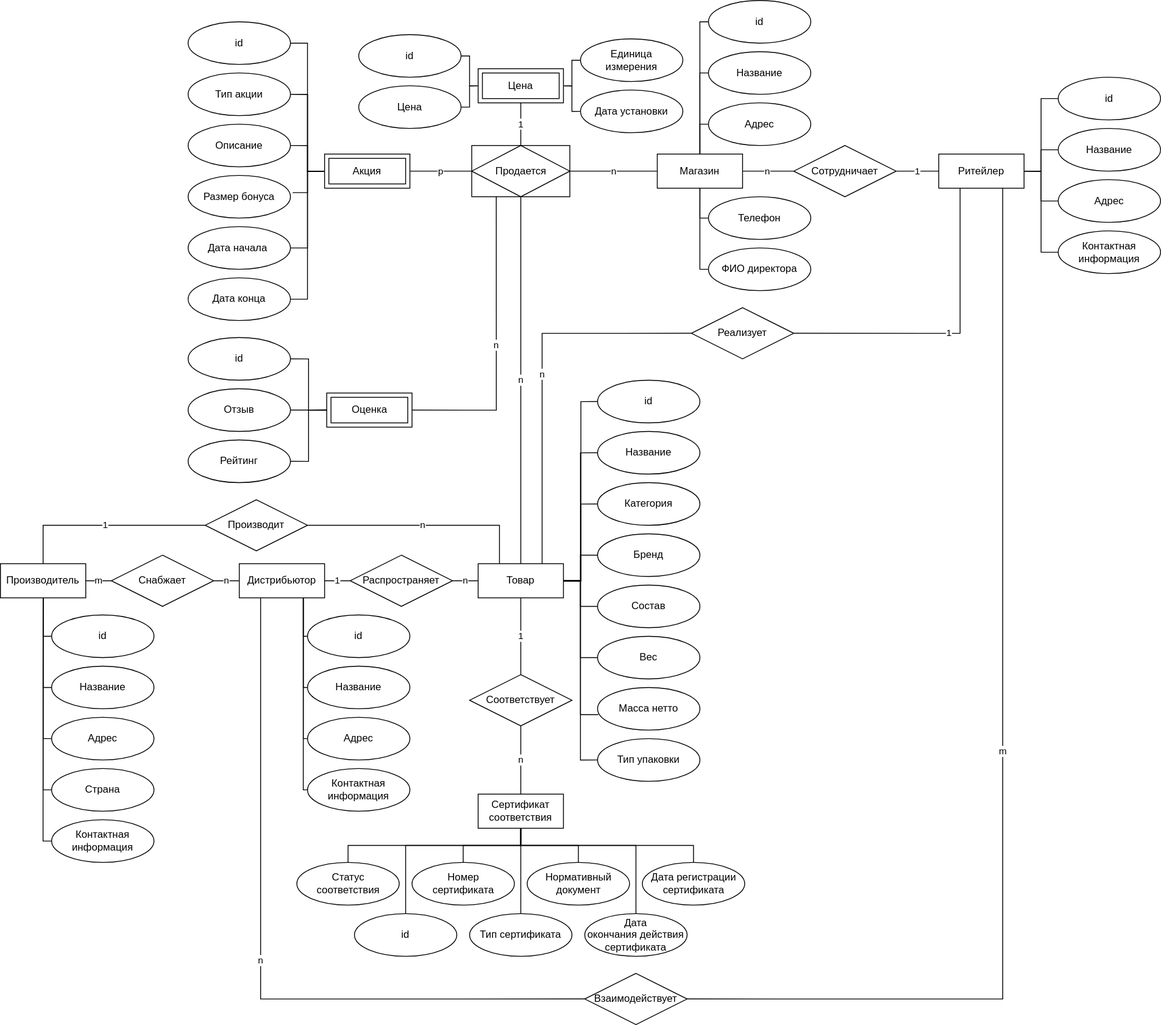
Above: docs/coursework/inc/img/er-diag.drawio.svg in nikitalystsev/db_course (draw.io), before the change. Source tidied: cells renumbered, new cells last; positions are measured from the earlier drawing's top-left corner, leaving out a move shared by most shapes.
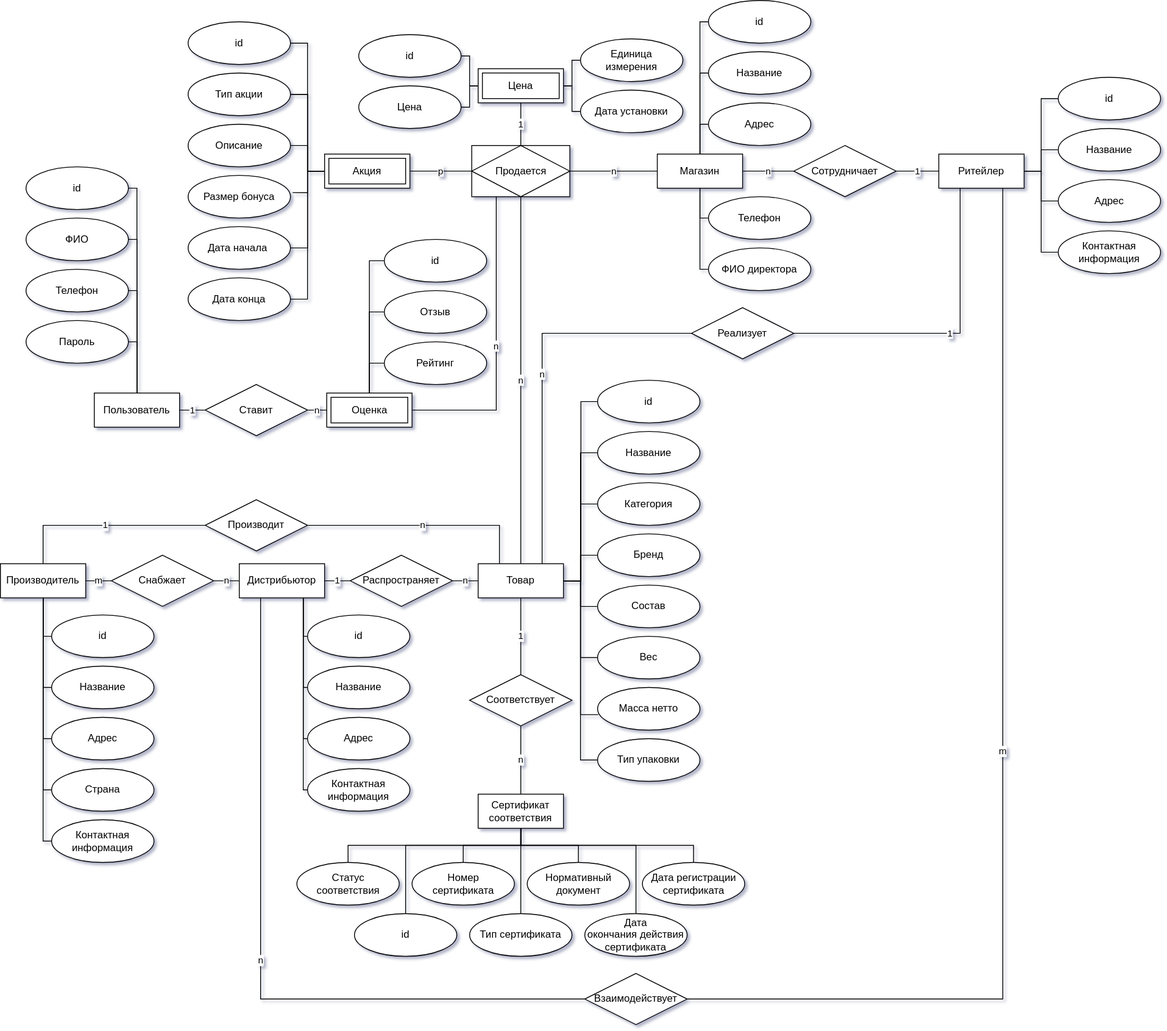
The same diagram one commit later.

What changed in the source:
```diff
@@ -343,23 +343,14 @@
       <mxGeometry relative="1" as="geometry" />
     </mxCell>
     <mxCell id="110" value="Отзыв" style="ellipse;whiteSpace=wrap;html=1;align=center;" parent="1" vertex="1">
-      <mxGeometry x="220" y="455" width="120" height="50" as="geometry" />
+      <mxGeometry x="450" y="340" width="120" height="50" as="geometry" />
     </mxCell>
     <mxCell id="111" value="id" style="ellipse;whiteSpace=wrap;html=1;align=center;" parent="1" vertex="1">
-      <mxGeometry x="220" y="395" width="120" height="50" as="geometry" />
+      <mxGeometry x="450" y="280" width="120" height="50" as="geometry" />
     </mxCell>
     <mxCell id="112" value="Рейтинг" style="ellipse;whiteSpace=wrap;html=1;align=center;" parent="1" vertex="1">
-      <mxGeometry x="220" y="515" width="120" height="50" as="geometry" />
+      <mxGeometry x="450" y="400" width="120" height="50" as="geometry" />
     </mxCell>
-    <mxCell id="113" style="endArrow=none;html=1;rounded=0;exitX=1;exitY=0.5;exitDx=0;exitDy=0;entryX=0;entryY=0.5;entryDx=0;entryDy=0;edgeStyle=orthogonalEdgeStyle;" parent="1" edge="1" source="111" target="108">
-      <mxGeometry relative="1" as="geometry" />
-    </mxCell>
-    <mxCell id="114" style="endArrow=none;html=1;rounded=0;exitX=1;exitY=0.5;exitDx=0;exitDy=0;entryX=0;entryY=0.5;entryDx=0;entryDy=0;edgeStyle=orthogonalEdgeStyle;" parent="1" edge="1" source="110" target="108">
-      <mxGeometry relative="1" as="geometry" />
-    </mxCell>
-    <mxCell id="115" style="endArrow=none;html=1;rounded=0;exitX=1;exitY=0.5;exitDx=0;exitDy=0;entryX=0;entryY=0.5;entryDx=0;entryDy=0;edgeStyle=orthogonalEdgeStyle;" parent="1" edge="1" source="112" target="108">
-      <mxGeometry relative="1" as="geometry" />
-    </mxCell>
     <mxCell id="116" style="endArrow=none;html=1;rounded=0;entryX=0.75;entryY=1;entryDx=0;entryDy=0;exitX=0;exitY=0.5;exitDx=0;exitDy=0;edgeStyle=orthogonalEdgeStyle;" parent="1" edge="1" source="37" target="14">
       <mxGeometry relative="1" as="geometry">
         <Array as="points">
@@ -451,5 +442,50 @@
     <mxCell id="130" value="Продается" style="shape=associativeEntity;whiteSpace=wrap;html=1;align=center;" parent="1" vertex="1">
       <mxGeometry x="552.5" y="170" width="115" height="60" as="geometry" />
     </mxCell>
+    <mxCell id="131" value="Пользователь" style="whiteSpace=wrap;html=1;align=center;" parent="1" vertex="1">
+      <mxGeometry x="110" y="460" width="100" height="40" as="geometry" />
+    </mxCell>
+    <mxCell id="132" value="ФИО" style="ellipse;whiteSpace=wrap;html=1;align=center;" parent="1" vertex="1">
+      <mxGeometry x="30" y="255" width="120" height="50" as="geometry" />
+    </mxCell>
+    <mxCell id="133" value="id" style="ellipse;whiteSpace=wrap;html=1;align=center;" parent="1" vertex="1">
+      <mxGeometry x="30" y="195" width="120" height="50" as="geometry" />
+    </mxCell>
+    <mxCell id="134" value="Телефон" style="ellipse;whiteSpace=wrap;html=1;align=center;" parent="1" vertex="1">
+      <mxGeometry x="30" y="315" width="120" height="50" as="geometry" />
+    </mxCell>
+    <mxCell id="135" value="Пароль" style="ellipse;whiteSpace=wrap;html=1;align=center;" parent="1" vertex="1">
+      <mxGeometry x="30" y="375" width="120" height="50" as="geometry" />
+    </mxCell>
+    <mxCell id="136" style="endArrow=none;html=1;rounded=0;entryX=0;entryY=0.5;entryDx=0;entryDy=0;exitX=0.5;exitY=0;exitDx=0;exitDy=0;edgeStyle=orthogonalEdgeStyle;" parent="1" edge="1" source="108" target="111">
+      <mxGeometry relative="1" as="geometry" />
+    </mxCell>
+    <mxCell id="137" style="endArrow=none;html=1;rounded=0;entryX=0;entryY=0.5;entryDx=0;entryDy=0;exitX=0.5;exitY=0;exitDx=0;exitDy=0;edgeStyle=orthogonalEdgeStyle;" parent="1" edge="1" source="108" target="110">
+      <mxGeometry relative="1" as="geometry" />
+    </mxCell>
+    <mxCell id="138" style="endArrow=none;html=1;rounded=0;entryX=0;entryY=0.5;entryDx=0;entryDy=0;exitX=0.5;exitY=0;exitDx=0;exitDy=0;edgeStyle=orthogonalEdgeStyle;" parent="1" edge="1" source="108" target="112">
+      <mxGeometry relative="1" as="geometry" />
+    </mxCell>
+    <mxCell id="139" value="Ставит" style="shape=rhombus;perimeter=rhombusPerimeter;whiteSpace=wrap;html=1;align=center;" parent="1" vertex="1">
+      <mxGeometry x="240" y="450" width="120" height="60" as="geometry" />
+    </mxCell>
+    <mxCell id="140" value="1" style="endArrow=none;html=1;rounded=0;entryX=0;entryY=0.5;entryDx=0;entryDy=0;exitX=1;exitY=0.5;exitDx=0;exitDy=0;" parent="1" edge="1" source="131" target="139">
+      <mxGeometry relative="1" as="geometry" />
+    </mxCell>
+    <mxCell id="141" value="n" style="endArrow=none;html=1;rounded=0;exitX=1;exitY=0.5;exitDx=0;exitDy=0;entryX=0;entryY=0.5;entryDx=0;entryDy=0;" parent="1" edge="1" source="139" target="108">
+      <mxGeometry relative="1" as="geometry" />
+    </mxCell>
+    <mxCell id="142" style="endArrow=none;html=1;rounded=0;entryX=1;entryY=0.5;entryDx=0;entryDy=0;exitX=0.5;exitY=0;exitDx=0;exitDy=0;edgeStyle=orthogonalEdgeStyle;" parent="1" edge="1" source="131" target="133">
+      <mxGeometry relative="1" as="geometry" />
+    </mxCell>
+    <mxCell id="143" style="endArrow=none;html=1;rounded=0;entryX=1;entryY=0.5;entryDx=0;entryDy=0;exitX=0.5;exitY=0;exitDx=0;exitDy=0;edgeStyle=orthogonalEdgeStyle;" parent="1" edge="1" source="131" target="132">
+      <mxGeometry relative="1" as="geometry" />
+    </mxCell>
+    <mxCell id="144" style="endArrow=none;html=1;rounded=0;entryX=1;entryY=0.5;entryDx=0;entryDy=0;exitX=0.5;exitY=0;exitDx=0;exitDy=0;edgeStyle=orthogonalEdgeStyle;" parent="1" edge="1" source="131" target="134">
+      <mxGeometry relative="1" as="geometry" />
+    </mxCell>
+    <mxCell id="145" style="endArrow=none;html=1;rounded=0;entryX=1;entryY=0.5;entryDx=0;entryDy=0;exitX=0.5;exitY=0;exitDx=0;exitDy=0;edgeStyle=orthogonalEdgeStyle;" parent="1" edge="1" source="131" target="135">
+      <mxGeometry relative="1" as="geometry" />
+    </mxCell>
   </root>
 </mxGraphModel>
```
